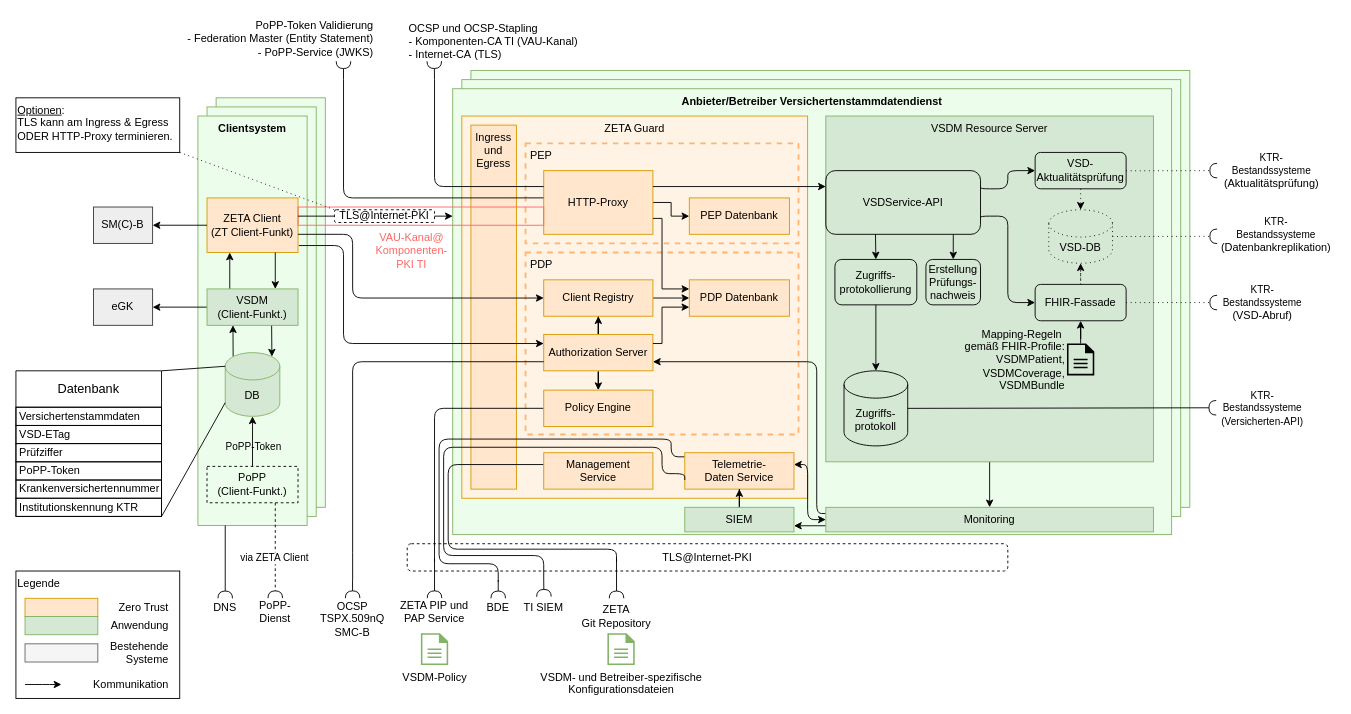
The draw.io diagram src/drawio/Systemueberblick_VSDM2.drawio in gematik/spec-VSDM2, before the edit. Source tidied: cells renumbered, new cells numbered last; positions are measured from the earlier drawing's top-left corner, leaving out a move shared by most shapes. Both pictures are drawn from the tidied source at 91%, with x=0, y=0 at pixel (15, 15).
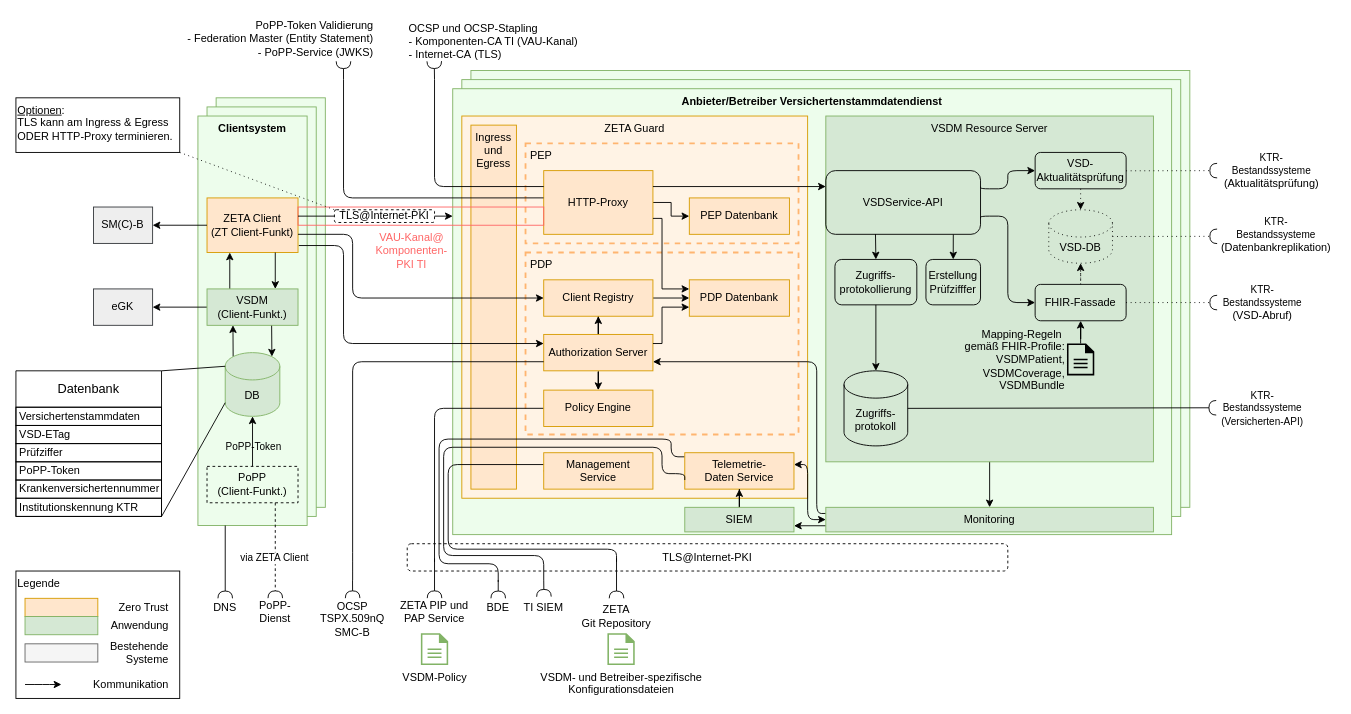
The same page after the edit.

Commit message:
Prüfungsnachweis replaced by Prüfziffer

The edit, as a diff of the source:
```diff
@@
-    <mxCell id="118" value="Erstellung&lt;div&gt;Prüfungs-nachweis&lt;/div&gt;" style="rounded=1;whiteSpace=wrap;html=1;fillColor=none;" parent="1" vertex="1">
+    <mxCell id="118" value="Erstellung&lt;div&gt;Prüfzifffer&lt;/div&gt;" style="rounded=1;whiteSpace=wrap;html=1;fillColor=none;" parent="1" vertex="1">
       <mxGeometry x="1000" y="267.6" width="60" height="49.9" as="geometry" />
     </mxCell>
```
